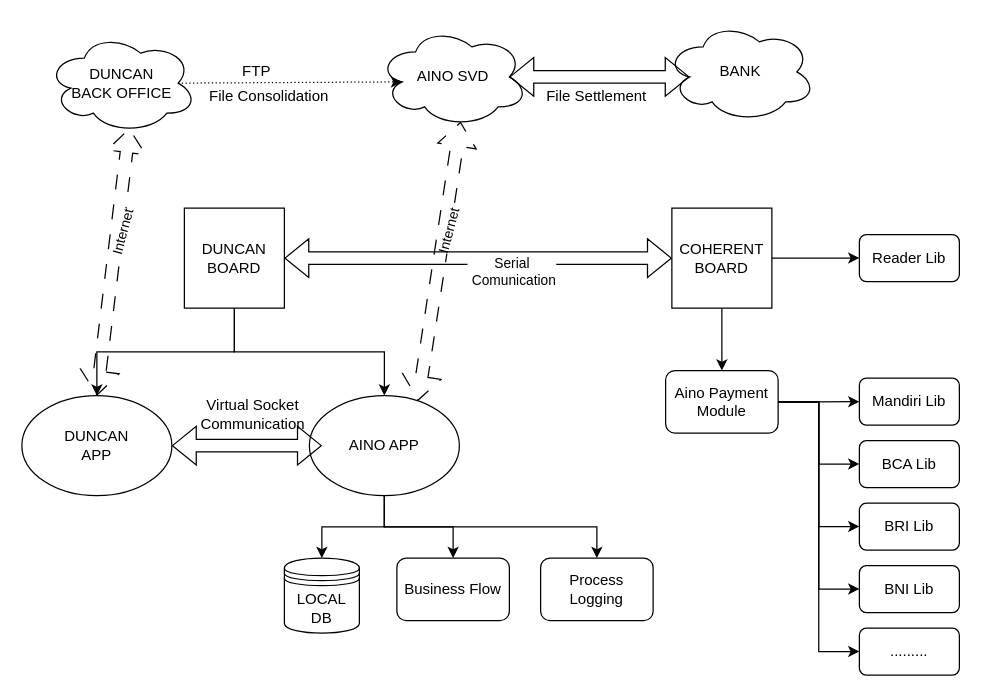
Before: TPE AINO - DUNCAN SCHEME.drawio in riadizur/riadizur, a draw.io diagram. Source tidied: cells renumbered, new cells numbered last; positions are measured from the earlier drawing's top-left corner, leaving out a move shared by most shapes. Both pictures are drawn from the tidied source at 125%, with x=0, y=0 at pixel (21, 21).
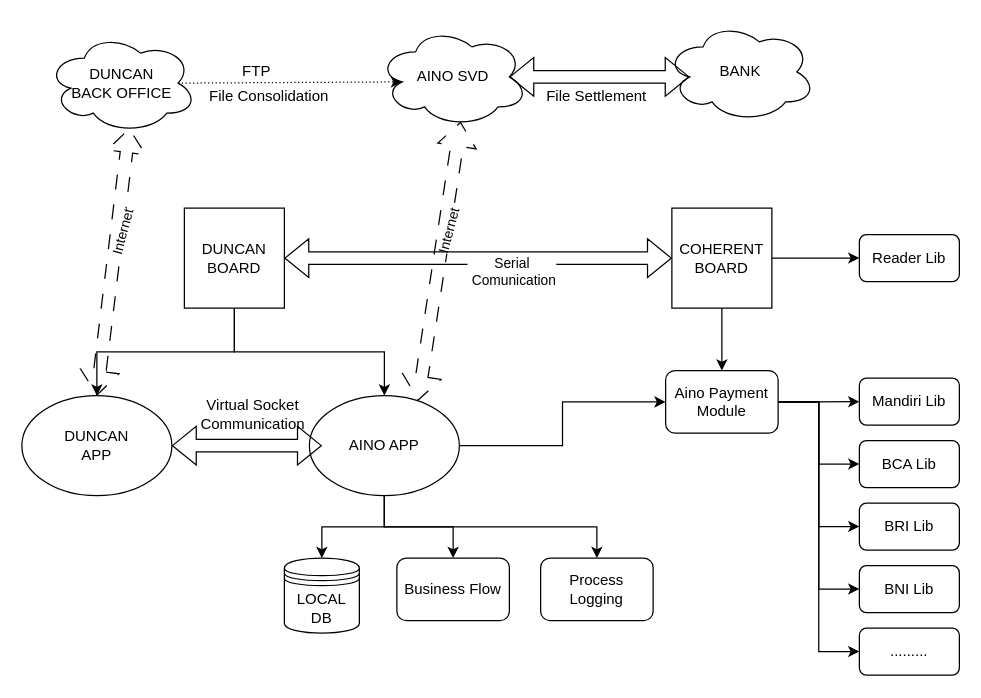
Above is the later version.

The change refers to these unchanged cells:
```xml
<mxCell id="17" value="&lt;div&gt;AINO APP&lt;/div&gt;" style="ellipse;whiteSpace=wrap;html=1;" parent="1" vertex="1">
  <mxGeometry x="230" y="299" width="120" height="80" as="geometry" />
</mxCell>
<mxCell id="32" value="&lt;div&gt;Aino Payment&lt;/div&gt;&lt;div&gt;Module&lt;br&gt;&lt;/div&gt;" style="rounded=1;whiteSpace=wrap;html=1;" parent="1" vertex="1">
  <mxGeometry x="515" y="279" width="90" height="50" as="geometry" />
</mxCell>
```

The edit, as a diff of the source:
```diff
@@
+    <mxCell id="44" style="edgeStyle=orthogonalEdgeStyle;rounded=0;jettySize=auto;html=1;exitX=1;exitY=0.5;exitDx=0;exitDy=0;entryX=0;entryY=0.5;entryDx=0;entryDy=0;" parent="1" edge="1" source="17" target="32">
+      <mxGeometry relative="1" as="geometry" />
+    </mxCell>
```
